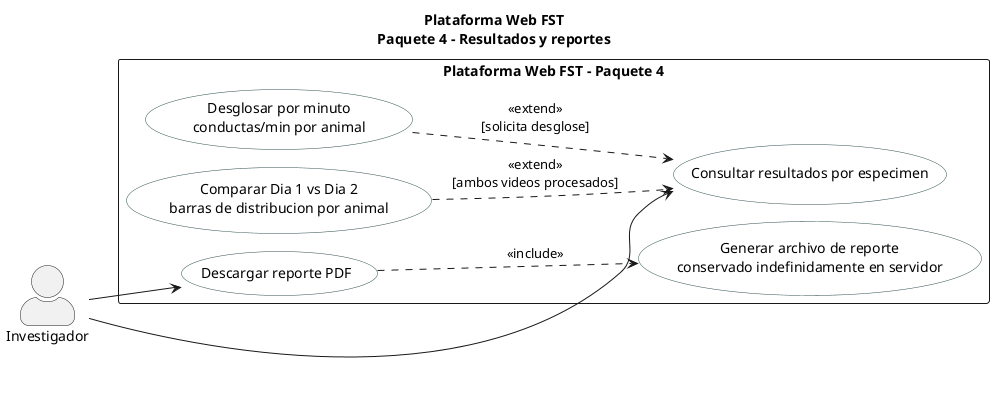
Earlier version of the PlantUML export figures/mermaid/cu_paquete4.png (ErickJester/fst-ai-system-latex).
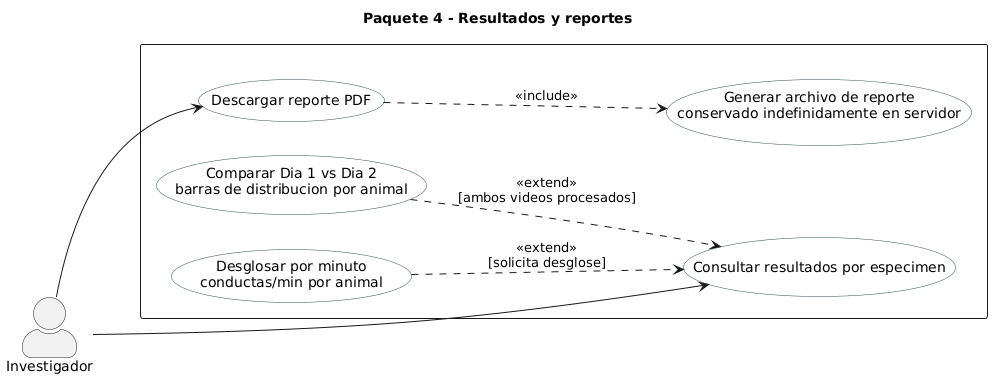
After the change.

What changed in the source:
```diff
@@ -1,6 +1,6 @@
 @startuml
-!pragma layout smetana
-title Plataforma Web FST\nPaquete 4 - Resultados y reportes
+Title Paquete 4 - Resultados y reportes
+
 left to right direction
 skinparam packageStyle rectangle
 skinparam actorStyle awesome
@@ -8,17 +8,22 @@
   BackgroundColor White
   BorderColor DarkSlateGray
 }
+
 actor "Investigador" as INV
-rectangle "Plataforma Web FST - Paquete 4" {
+
+rectangle " " {
   usecase "Consultar resultados por especimen" as UC41
   usecase "Desglosar por minuto\nconductas/min por animal" as UC42
   usecase "Comparar Dia 1 vs Dia 2\nbarras de distribucion por animal" as UC43
   usecase "Descargar reporte PDF" as UC45
   usecase "Generar archivo de reporte\nconservado indefinidamente en servidor" as UC46
 }
+
 INV --> UC41
 INV --> UC45
+
 UC42 ..> UC41 : <<extend>>\n[solicita desglose]
 UC43 ..> UC41 : <<extend>>\n[ambos videos procesados]
+
 UC45 ..> UC46 : <<include>>
 @enduml
```
